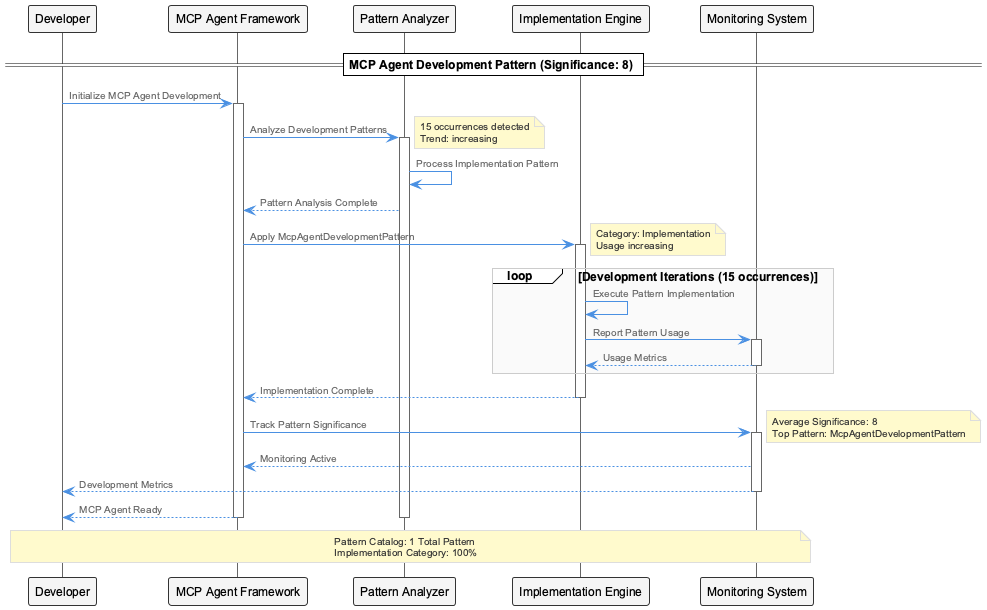
Before: knowledge-management/insights/images/mcp-agent-development-pattern-sequence.png, a diagram exported from PlantUML (fwornle/coding).
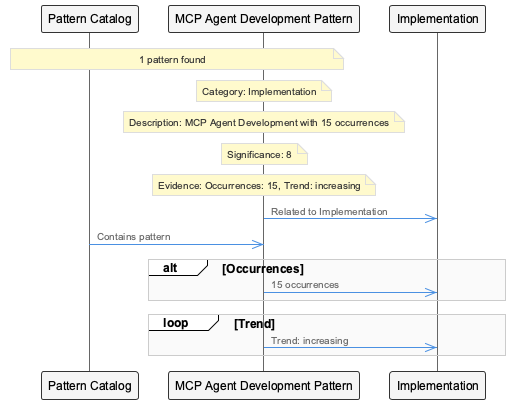
Later version of the same file.

Change to the diagram source:
```diff
@@ -1,51 +1,25 @@
 @startuml
 !include /Users/q284340/Agentic/coding/docs/puml/_standard-style.puml
 
-participant "Developer" as dev
-participant "MCP Agent Framework" as framework
-participant "Pattern Analyzer" as analyzer
-participant "Implementation Engine" as engine
-participant "Monitoring System" as monitor
+participant PatternCatalog as "Pattern Catalog"
+participant McpAgentDevelopmentPattern as "MCP Agent Development Pattern"
+participant Implementation as "Implementation"
 
-== MCP Agent Development Pattern (Significance: 8) ==
+note over PatternCatalog,McpAgentDevelopmentPattern: 1 pattern found
+note over McpAgentDevelopmentPattern: Category: Implementation
+note over McpAgentDevelopmentPattern: Description: MCP Agent Development with 15 occurrences
+note over McpAgentDevelopmentPattern: Significance: 8
+note over McpAgentDevelopmentPattern: Evidence: Occurrences: 15, Trend: increasing
 
-dev -> framework : Initialize MCP Agent Development
-activate framework
+McpAgentDevelopmentPattern->>Implementation: Related to Implementation
+PatternCatalog->>McpAgentDevelopmentPattern: Contains pattern
 
-framework -> analyzer : Analyze Development Patterns
-activate analyzer
-note right : 15 occurrences detected\nTrend: increasing
-
-analyzer -> analyzer : Process Implementation Pattern
-analyzer --> framework : Pattern Analysis Complete
-
-framework -> engine : Apply McpAgentDevelopmentPattern
-activate engine
-note right : Category: Implementation\nUsage increasing
-
-loop Development Iterations (15 occurrences)
-    engine -> engine : Execute Pattern Implementation
-    engine -> monitor : Report Pattern Usage
-    activate monitor
-    monitor --> engine : Usage Metrics
-    deactivate monitor
+alt Occurrences
+    McpAgentDevelopmentPattern->>Implementation: 15 occurrences
 end
 
-engine --> framework : Implementation Complete
-deactivate engine
-
-framework -> monitor : Track Pattern Significance
-activate monitor
-note right : Average Significance: 8\nTop Pattern: McpAgentDevelopmentPattern
-
-monitor --> framework : Monitoring Active
-monitor --> dev : Development Metrics
-deactivate monitor
-
-framework --> dev : MCP Agent Ready
-deactivate framework
-deactivate analyzer
-
-note over dev, monitor : Pattern Catalog: 1 Total Pattern\nImplementation Category: 100%
+loop Trend
+    McpAgentDevelopmentPattern->>Implementation: Trend: increasing
+end
 
 @enduml
```
